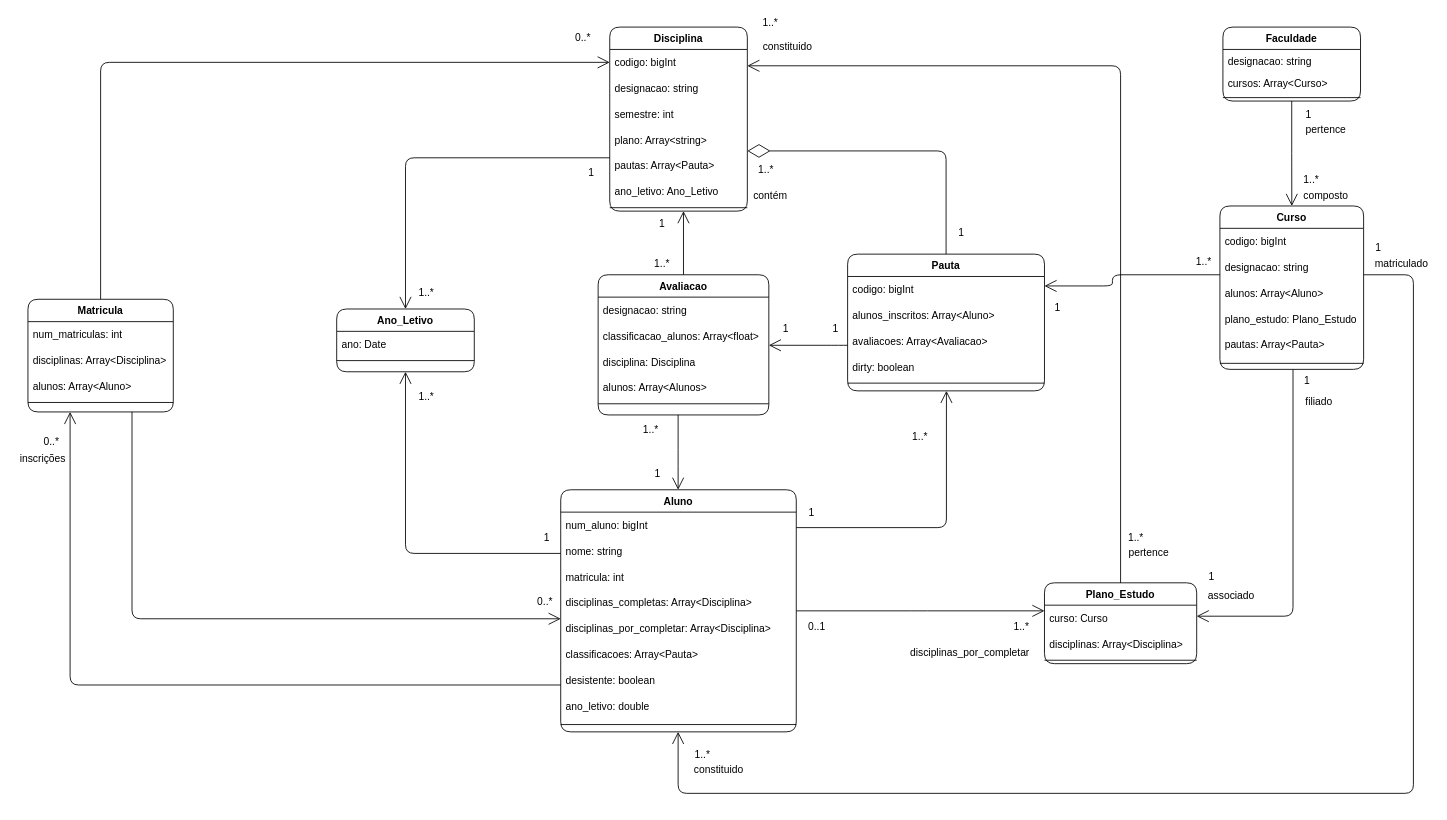
Above: page "Domain" (1 of 2) of Docs/Diagrams.drawio in ruimpcastro/pweb2022 (draw.io), before the change. Source tidied: cells renumbered, new cells numbered last; positions are measured from the earlier drawing's top-left corner, leaving out a move shared by most shapes. Both pictures are drawn from the tidied source at 86%, with x=0, y=0 at pixel (15, 15).
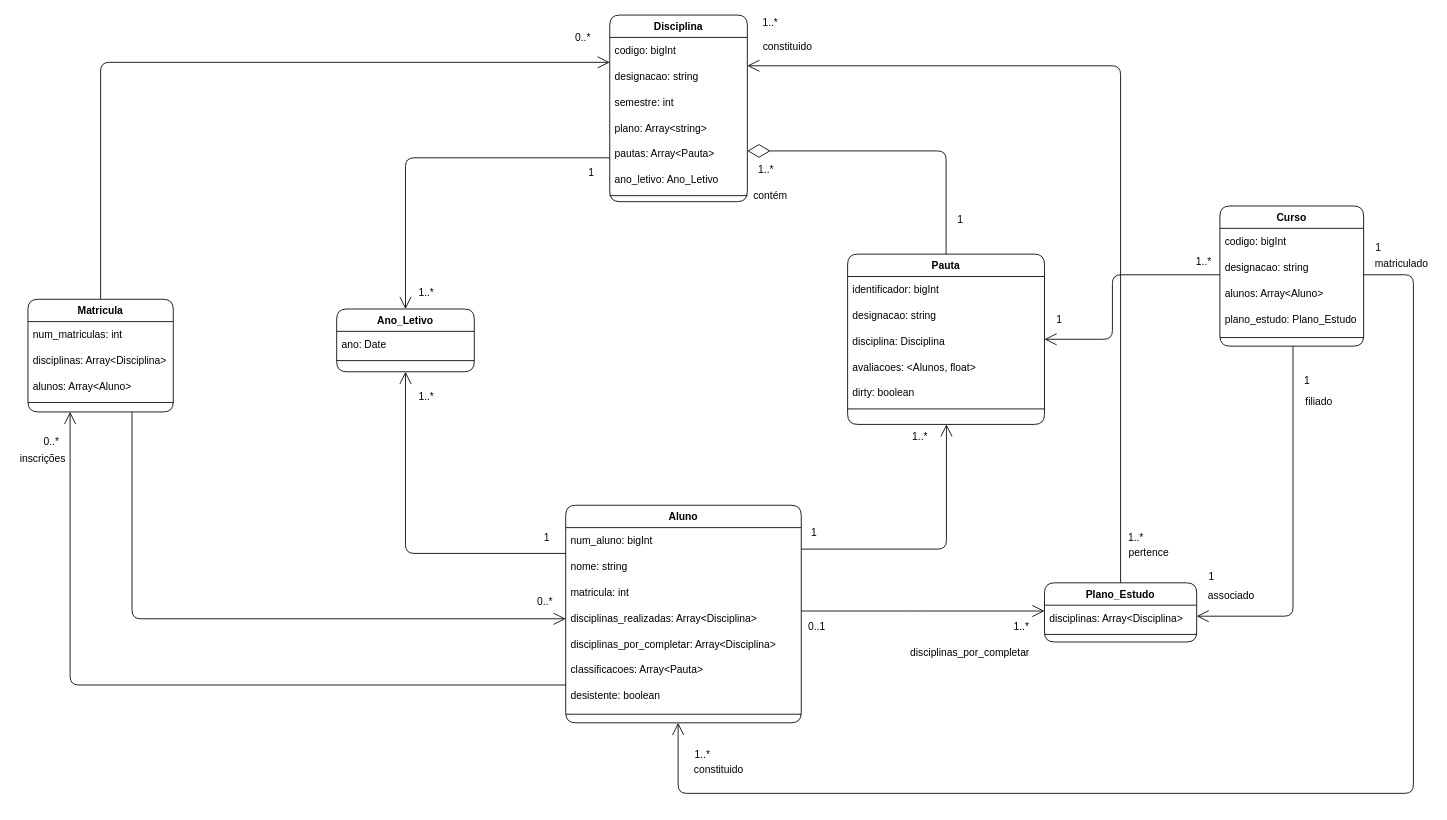
The same diagram, later.

What changed in the source:
```diff
@@
     <mxCell id="2" value="Aluno" style="swimlane;fontStyle=1;align=center;verticalAlign=top;horizontal=1;startSize=26;shadow=0;strokeWidth=1;rounded=1;" parent="1" vertex="1">
-      <mxGeometry x="634.5" y="552" width="273.9" height="281.5" as="geometry" />
+      <mxGeometry x="640.3" y="570" width="273.9" height="253" as="geometry" />
     </mxCell>
@@
-    <mxCell id="6" value="disciplinas_completas: Array&lt;Disciplina&gt;" style="text;strokeColor=none;fillColor=none;align=left;verticalAlign=middle;spacingLeft=4;spacingRight=4;overflow=hidden;rounded=1;" parent="2" vertex="1">
+    <mxCell id="6" value="disciplinas_realizadas: Array&lt;Disciplina&gt;" style="text;strokeColor=none;fillColor=none;align=left;verticalAlign=middle;spacingLeft=4;spacingRight=4;overflow=hidden;rounded=1;" parent="2" vertex="1">
       <mxGeometry y="116" width="273.9" height="30" as="geometry" />
     </mxCell>
@@
-    <mxCell id="10" value="ano_letivo: double" style="text;strokeColor=none;fillColor=none;align=left;verticalAlign=middle;spacingLeft=4;spacingRight=4;overflow=hidden;rounded=1;" parent="2" vertex="1">
-      <mxGeometry y="236" width="273.9" height="30" as="geometry" />
-    </mxCell>
     <mxCell id="11" style="line;html=1;strokeWidth=1;align=left;verticalAlign=middle;spacingTop=-1;spacingLeft=3;spacingRight=3;labelPosition=right;rounded=1;" parent="2" vertex="1">
-      <mxGeometry y="266" width="273.9" height="14" as="geometry" />
+      <mxGeometry y="236" width="273.9" height="14" as="geometry" />
     </mxCell>
     <mxCell id="12" value="Disciplina" style="swimlane;fontStyle=1;align=center;verticalAlign=top;horizontal=1;startSize=26;shadow=0;strokeWidth=1;rounded=1;" parent="1" vertex="1">
-      <mxGeometry x="691.5" y="14" width="160" height="214" as="geometry" />
+      <mxGeometry x="691.5" width="160" height="217" as="geometry" />
     </mxCell>
@@
     <mxCell id="20" value="Curso" style="swimlane;fontStyle=1;align=center;verticalAlign=top;horizontal=1;startSize=26;shadow=0;strokeWidth=1;rounded=1;" parent="1" vertex="1">
-      <mxGeometry x="1401" y="222" width="167.1" height="190" as="geometry" />
+      <mxGeometry x="1401" y="222" width="167.1" height="163" as="geometry" />
     </mxCell>
@@
-    <mxCell id="25" value="pautas: Array&lt;Pauta&gt;" style="text;strokeColor=none;fillColor=none;align=left;verticalAlign=middle;spacingLeft=4;spacingRight=4;overflow=hidden;rounded=1;" parent="20" vertex="1">
-      <mxGeometry y="146" width="167.1" height="30" as="geometry" />
-    </mxCell>
     <mxCell id="26" style="line;html=1;strokeWidth=1;align=left;verticalAlign=middle;spacingTop=-1;spacingLeft=3;spacingRight=3;labelPosition=right;rounded=1;" parent="20" vertex="1">
-      <mxGeometry y="176" width="167.1" height="14" as="geometry" />
+      <mxGeometry y="146" width="167.1" height="14" as="geometry" />
     </mxCell>
     <mxCell id="27" value="Plano_Estudo" style="swimlane;fontStyle=1;align=center;verticalAlign=top;horizontal=1;startSize=26;shadow=0;strokeWidth=1;rounded=1;" parent="1" vertex="1">
-      <mxGeometry x="1197" y="660.2" width="177" height="94" as="geometry" />
+      <mxGeometry x="1197" y="660.2" width="177" height="68.8" as="geometry" />
     </mxCell>
-    <mxCell id="28" value="curso: Curso" style="text;strokeColor=none;fillColor=none;align=left;verticalAlign=middle;spacingLeft=4;spacingRight=4;overflow=hidden;rounded=1;" parent="27" vertex="1">
-      <mxGeometry y="26" width="177" height="30" as="geometry" />
-    </mxCell>
     <mxCell id="29" value="disciplinas: Array&lt;Disciplina&gt;" style="text;strokeColor=none;fillColor=none;align=left;verticalAlign=middle;spacingLeft=4;spacingRight=4;overflow=hidden;rounded=1;" parent="27" vertex="1">
-      <mxGeometry y="56" width="177" height="30" as="geometry" />
+      <mxGeometry y="26" width="177" height="30" as="geometry" />
     </mxCell>
     <mxCell id="30" style="line;html=1;strokeWidth=1;align=left;verticalAlign=middle;spacingTop=-1;spacingLeft=3;spacingRight=3;labelPosition=right;rounded=1;" parent="27" vertex="1">
-      <mxGeometry y="86" width="177" height="8" as="geometry" />
+      <mxGeometry y="56" width="177" height="8" as="geometry" />
     </mxCell>
@@
     <mxCell id="33" value="Pauta" style="swimlane;fontStyle=1;align=center;verticalAlign=top;horizontal=1;startSize=26;shadow=0;strokeWidth=1;rounded=1;" parent="1" vertex="1">
-      <mxGeometry x="968.1" y="278" width="228.9" height="159" as="geometry" />
+      <mxGeometry x="968.1" y="278" width="228.9" height="198" as="geometry" />
     </mxCell>
+    <mxCell id="111" value="identificador: bigInt" style="text;strokeColor=none;fillColor=none;align=left;verticalAlign=middle;spacingLeft=4;spacingRight=4;overflow=hidden;rounded=1;" parent="33" vertex="1">
+      <mxGeometry y="26" width="228.9" height="30" as="geometry" />
+    </mxCell>
+    <mxCell id="52" value="designacao: string" style="text;strokeColor=none;fillColor=none;align=left;verticalAlign=middle;spacingLeft=4;spacingRight=4;overflow=hidden;rounded=1;" parent="33" vertex="1">
+      <mxGeometry y="56" width="228.9" height="30" as="geometry" />
+    </mxCell>
-    <mxCell id="34" value="codigo: bigInt" style="text;strokeColor=none;fillColor=none;align=left;verticalAlign=middle;spacingLeft=4;spacingRight=4;overflow=hidden;rounded=1;" parent="33" vertex="1">
-      <mxGeometry y="26" width="228.9" height="30" as="geometry" />
+    <mxCell id="34" value="disciplina: Disciplina" style="text;strokeColor=none;fillColor=none;align=left;verticalAlign=middle;spacingLeft=4;spacingRight=4;overflow=hidden;rounded=1;" parent="33" vertex="1">
+      <mxGeometry y="86" width="228.9" height="30" as="geometry" />
     </mxCell>
-    <mxCell id="35" value="alunos_inscritos: Array&lt;Aluno&gt;" style="text;strokeColor=none;fillColor=none;align=left;verticalAlign=middle;spacingLeft=4;spacingRight=4;overflow=hidden;rounded=1;" parent="33" vertex="1">
-      <mxGeometry y="56" width="228.9" height="30" as="geometry" />
-    </mxCell>
-    <mxCell id="36" value="avaliacoes: Array&lt;Avaliacao&gt;" style="text;strokeColor=none;fillColor=none;align=left;verticalAlign=middle;spacingLeft=4;spacingRight=4;overflow=hidden;rounded=1;" parent="33" vertex="1">
-      <mxGeometry y="86" width="228.9" height="30" as="geometry" />
+    <mxCell id="36" value="avaliacoes: &lt;Alunos, float&gt;" style="text;strokeColor=none;fillColor=none;align=left;verticalAlign=middle;spacingLeft=4;spacingRight=4;overflow=hidden;rounded=1;" parent="33" vertex="1">
+      <mxGeometry y="116" width="228.9" height="30" as="geometry" />
     </mxCell>
     <mxCell id="37" value="dirty: boolean" style="text;strokeColor=none;fillColor=none;align=left;verticalAlign=middle;spacingLeft=4;spacingRight=4;overflow=hidden;rounded=1;" parent="33" vertex="1">
-      <mxGeometry y="116" width="228.9" height="30" as="geometry" />
+      <mxGeometry y="146" width="228.9" height="30" as="geometry" />
     </mxCell>
     <mxCell id="38" style="line;html=1;strokeWidth=1;align=left;verticalAlign=middle;spacingTop=-1;spacingLeft=3;spacingRight=3;labelPosition=right;rounded=1;" parent="33" vertex="1">
-      <mxGeometry y="146" width="228.9" height="8" as="geometry" />
+      <mxGeometry y="176" width="228.9" height="8" as="geometry" />
     </mxCell>
@@
-    <mxCell id="46" value="Faculdade" style="swimlane;fontStyle=1;align=center;verticalAlign=top;horizontal=1;startSize=26;rounded=1;" parent="1" vertex="1">
-      <mxGeometry x="1404.5" y="14" width="160" height="86" as="geometry" />
-    </mxCell>
-    <mxCell id="47" value="designacao: string" style="text;strokeColor=none;fillColor=none;align=left;verticalAlign=top;spacingLeft=4;spacingRight=4;overflow=hidden;rounded=1;" parent="46" vertex="1">
-      <mxGeometry y="26" width="160" height="26" as="geometry" />
-    </mxCell>
-    <mxCell id="48" value="cursos: Array&lt;Curso&gt;" style="text;strokeColor=none;fillColor=none;align=left;verticalAlign=top;spacingLeft=4;spacingRight=4;overflow=hidden;rounded=1;" parent="46" vertex="1">
-      <mxGeometry y="52" width="160" height="26" as="geometry" />
-    </mxCell>
-    <mxCell id="49" style="line;strokeWidth=1;fillColor=none;align=left;verticalAlign=middle;spacingTop=-1;spacingLeft=3;spacingRight=3;labelPosition=right;rounded=1;" parent="46" vertex="1">
-      <mxGeometry y="78" width="160" height="8" as="geometry" />
-    </mxCell>
-    <mxCell id="50" style="endArrow=open;endFill=1;endSize=12;html=1;rounded=1;strokeColor=default;edgeStyle=orthogonalEdgeStyle;" parent="1" edge="1" source="46" target="20">
-      <mxGeometry relative="1" as="geometry" />
-    </mxCell>
-    <mxCell id="51" value="Avaliacao" style="swimlane;fontStyle=1;align=center;verticalAlign=top;horizontal=1;startSize=26;shadow=0;strokeWidth=1;rounded=1;" parent="1" vertex="1">
-      <mxGeometry x="678" y="302" width="198.5" height="163" as="geometry" />
-    </mxCell>
-    <mxCell id="52" value="designacao: string" style="text;strokeColor=none;fillColor=none;align=left;verticalAlign=middle;spacingLeft=4;spacingRight=4;overflow=hidden;rounded=1;" parent="51" vertex="1">
-      <mxGeometry y="26" width="198.5" height="30" as="geometry" />
-    </mxCell>
-    <mxCell id="53" value="classificacao_alunos: Array&lt;float&gt;" style="text;strokeColor=none;fillColor=none;align=left;verticalAlign=middle;spacingLeft=4;spacingRight=4;overflow=hidden;rounded=1;" parent="51" vertex="1">
-      <mxGeometry y="56" width="198.5" height="30" as="geometry" />
-    </mxCell>
-    <mxCell id="54" value="disciplina: Disciplina" style="text;strokeColor=none;fillColor=none;align=left;verticalAlign=middle;spacingLeft=4;spacingRight=4;overflow=hidden;rounded=1;" parent="51" vertex="1">
-      <mxGeometry y="86" width="198.5" height="30" as="geometry" />
-    </mxCell>
-    <mxCell id="55" value="alunos: Array&lt;Alunos&gt;" style="text;strokeColor=none;fillColor=none;align=left;verticalAlign=middle;spacingLeft=4;spacingRight=4;overflow=hidden;rounded=1;" parent="51" vertex="1">
-      <mxGeometry y="116" width="198.5" height="30" as="geometry" />
-    </mxCell>
-    <mxCell id="56" style="line;html=1;strokeWidth=1;align=left;verticalAlign=middle;spacingTop=-1;spacingLeft=3;spacingRight=3;labelPosition=right;rounded=1;" parent="51" vertex="1">
-      <mxGeometry y="146" width="198.5" height="8" as="geometry" />
-    </mxCell>
-    <mxCell id="57" style="endArrow=open;endFill=1;endSize=12;html=1;edgeStyle=orthogonalEdgeStyle;" parent="1" edge="1" source="33" target="51">
-      <mxGeometry relative="1" as="geometry">
-        <Array as="points">
-          <mxPoint x="959" y="384" />
-          <mxPoint x="959" y="384" />
-        </Array>
-      </mxGeometry>
-    </mxCell>
@@
-    <mxCell id="59" style="endArrow=open;endFill=1;endSize=12;html=1;rounded=1;strokeColor=default;edgeStyle=orthogonalEdgeStyle;" parent="1" edge="1" source="51" target="12">
-      <mxGeometry relative="1" as="geometry">
-        <Array as="points">
-          <mxPoint x="777" y="343" />
-          <mxPoint x="777" y="343" />
-        </Array>
-      </mxGeometry>
-    </mxCell>
-    <mxCell id="60" style="endArrow=open;endFill=1;endSize=12;html=1;rounded=1;strokeColor=default;edgeStyle=orthogonalEdgeStyle;" parent="1" edge="1" source="51" target="2">
-      <mxGeometry relative="1" as="geometry">
-        <Array as="points">
-          <mxPoint x="771" y="515" />
-          <mxPoint x="771" y="515" />
-        </Array>
-      </mxGeometry>
-    </mxCell>
@@
     <mxCell id="62" style="endArrow=open;endFill=1;endSize=12;html=1;rounded=1;edgeStyle=orthogonalEdgeStyle;" parent="1" edge="1" source="20" target="33">
       <mxGeometry relative="1" as="geometry">
         <Array as="points">
           <mxPoint x="1276" y="302" />
-          <mxPoint x="1276" y="315" />
+          <mxPoint x="1276" y="377" />
         </Array>
       </mxGeometry>
     </mxCell>
@@
-    <mxCell id="65" value="pertence" style="text;html=1;align=center;verticalAlign=middle;strokeColor=none;fillColor=none;" parent="1" vertex="1">
-      <mxGeometry x="1495" y="125" width="57" height="18" as="geometry" />
-    </mxCell>
-    <mxCell id="66" value="1" style="text;html=1;align=center;verticalAlign=middle;strokeColor=none;fillColor=none;" parent="1" vertex="1">
-      <mxGeometry x="1495" y="107" width="17" height="18" as="geometry" />
-    </mxCell>
-    <mxCell id="67" value="composto" style="text;html=1;align=center;verticalAlign=middle;strokeColor=none;fillColor=none;" parent="1" vertex="1">
-      <mxGeometry x="1493" y="201" width="62" height="18" as="geometry" />
-    </mxCell>
-    <mxCell id="68" value="1..*" style="text;html=1;align=center;verticalAlign=middle;strokeColor=none;fillColor=none;" parent="1" vertex="1">
-      <mxGeometry x="1493" y="183" width="28" height="18" as="geometry" />
-    </mxCell>
@@
-    <mxCell id="87" value="1..*" style="text;html=1;align=center;verticalAlign=middle;strokeColor=none;fillColor=none;" parent="1" vertex="1">
-      <mxGeometry x="738" y="280" width="28" height="18" as="geometry" />
-    </mxCell>
-    <mxCell id="88" value="1" style="text;html=1;align=center;verticalAlign=middle;strokeColor=none;fillColor=none;" parent="1" vertex="1">
-      <mxGeometry x="743.5" y="234" width="17" height="18" as="geometry" />
-    </mxCell>
-    <mxCell id="89" value="1..*" style="text;html=1;align=center;verticalAlign=middle;strokeColor=none;fillColor=none;" parent="1" vertex="1">
-      <mxGeometry x="725" y="473.5" width="28" height="18" as="geometry" />
-    </mxCell>
-    <mxCell id="90" value="1" style="text;html=1;align=center;verticalAlign=middle;strokeColor=none;fillColor=none;" parent="1" vertex="1">
-      <mxGeometry x="738" y="525" width="17" height="18" as="geometry" />
-    </mxCell>
-    <mxCell id="91" value="1" style="text;html=1;align=center;verticalAlign=middle;strokeColor=none;fillColor=none;" parent="1" vertex="1">
-      <mxGeometry x="945" y="356" width="17" height="18" as="geometry" />
-    </mxCell>
-    <mxCell id="92" value="1" style="text;html=1;align=center;verticalAlign=middle;strokeColor=none;fillColor=none;" parent="1" vertex="1">
-      <mxGeometry x="887" y="356" width="17" height="18" as="geometry" />
-    </mxCell>
@@
     <mxCell id="95" value="1" style="text;html=1;align=center;verticalAlign=middle;strokeColor=none;fillColor=none;" parent="1" vertex="1">
-      <mxGeometry x="1091" y="244" width="17" height="18" as="geometry" />
+      <mxGeometry x="1090" y="229" width="17" height="18" as="geometry" />
     </mxCell>
     <mxCell id="96" value="1" style="text;html=1;align=center;verticalAlign=middle;strokeColor=none;fillColor=none;" parent="1" vertex="1">
-      <mxGeometry x="917" y="570" width="17" height="18" as="geometry" />
+      <mxGeometry x="920" y="593" width="17" height="18" as="geometry" />
     </mxCell>
@@
     <mxCell id="98" style="endArrow=open;endFill=1;endSize=12;html=1;rounded=1;edgeStyle=orthogonalEdgeStyle;" parent="1" edge="1" source="2" target="33">
       <mxGeometry relative="1" as="geometry">
         <Array as="points">
-          <mxPoint x="1083" y="596" />
+          <mxPoint x="1083" y="621" />
         </Array>
       </mxGeometry>
     </mxCell>
@@
     <mxCell id="100" value="1" style="text;html=1;align=center;verticalAlign=middle;strokeColor=none;fillColor=none;fontColor=default;" parent="1" vertex="1">
-      <mxGeometry x="1203" y="332.2" width="17" height="18" as="geometry" />
+      <mxGeometry x="1205" y="346" width="17" height="18" as="geometry" />
     </mxCell>
```
